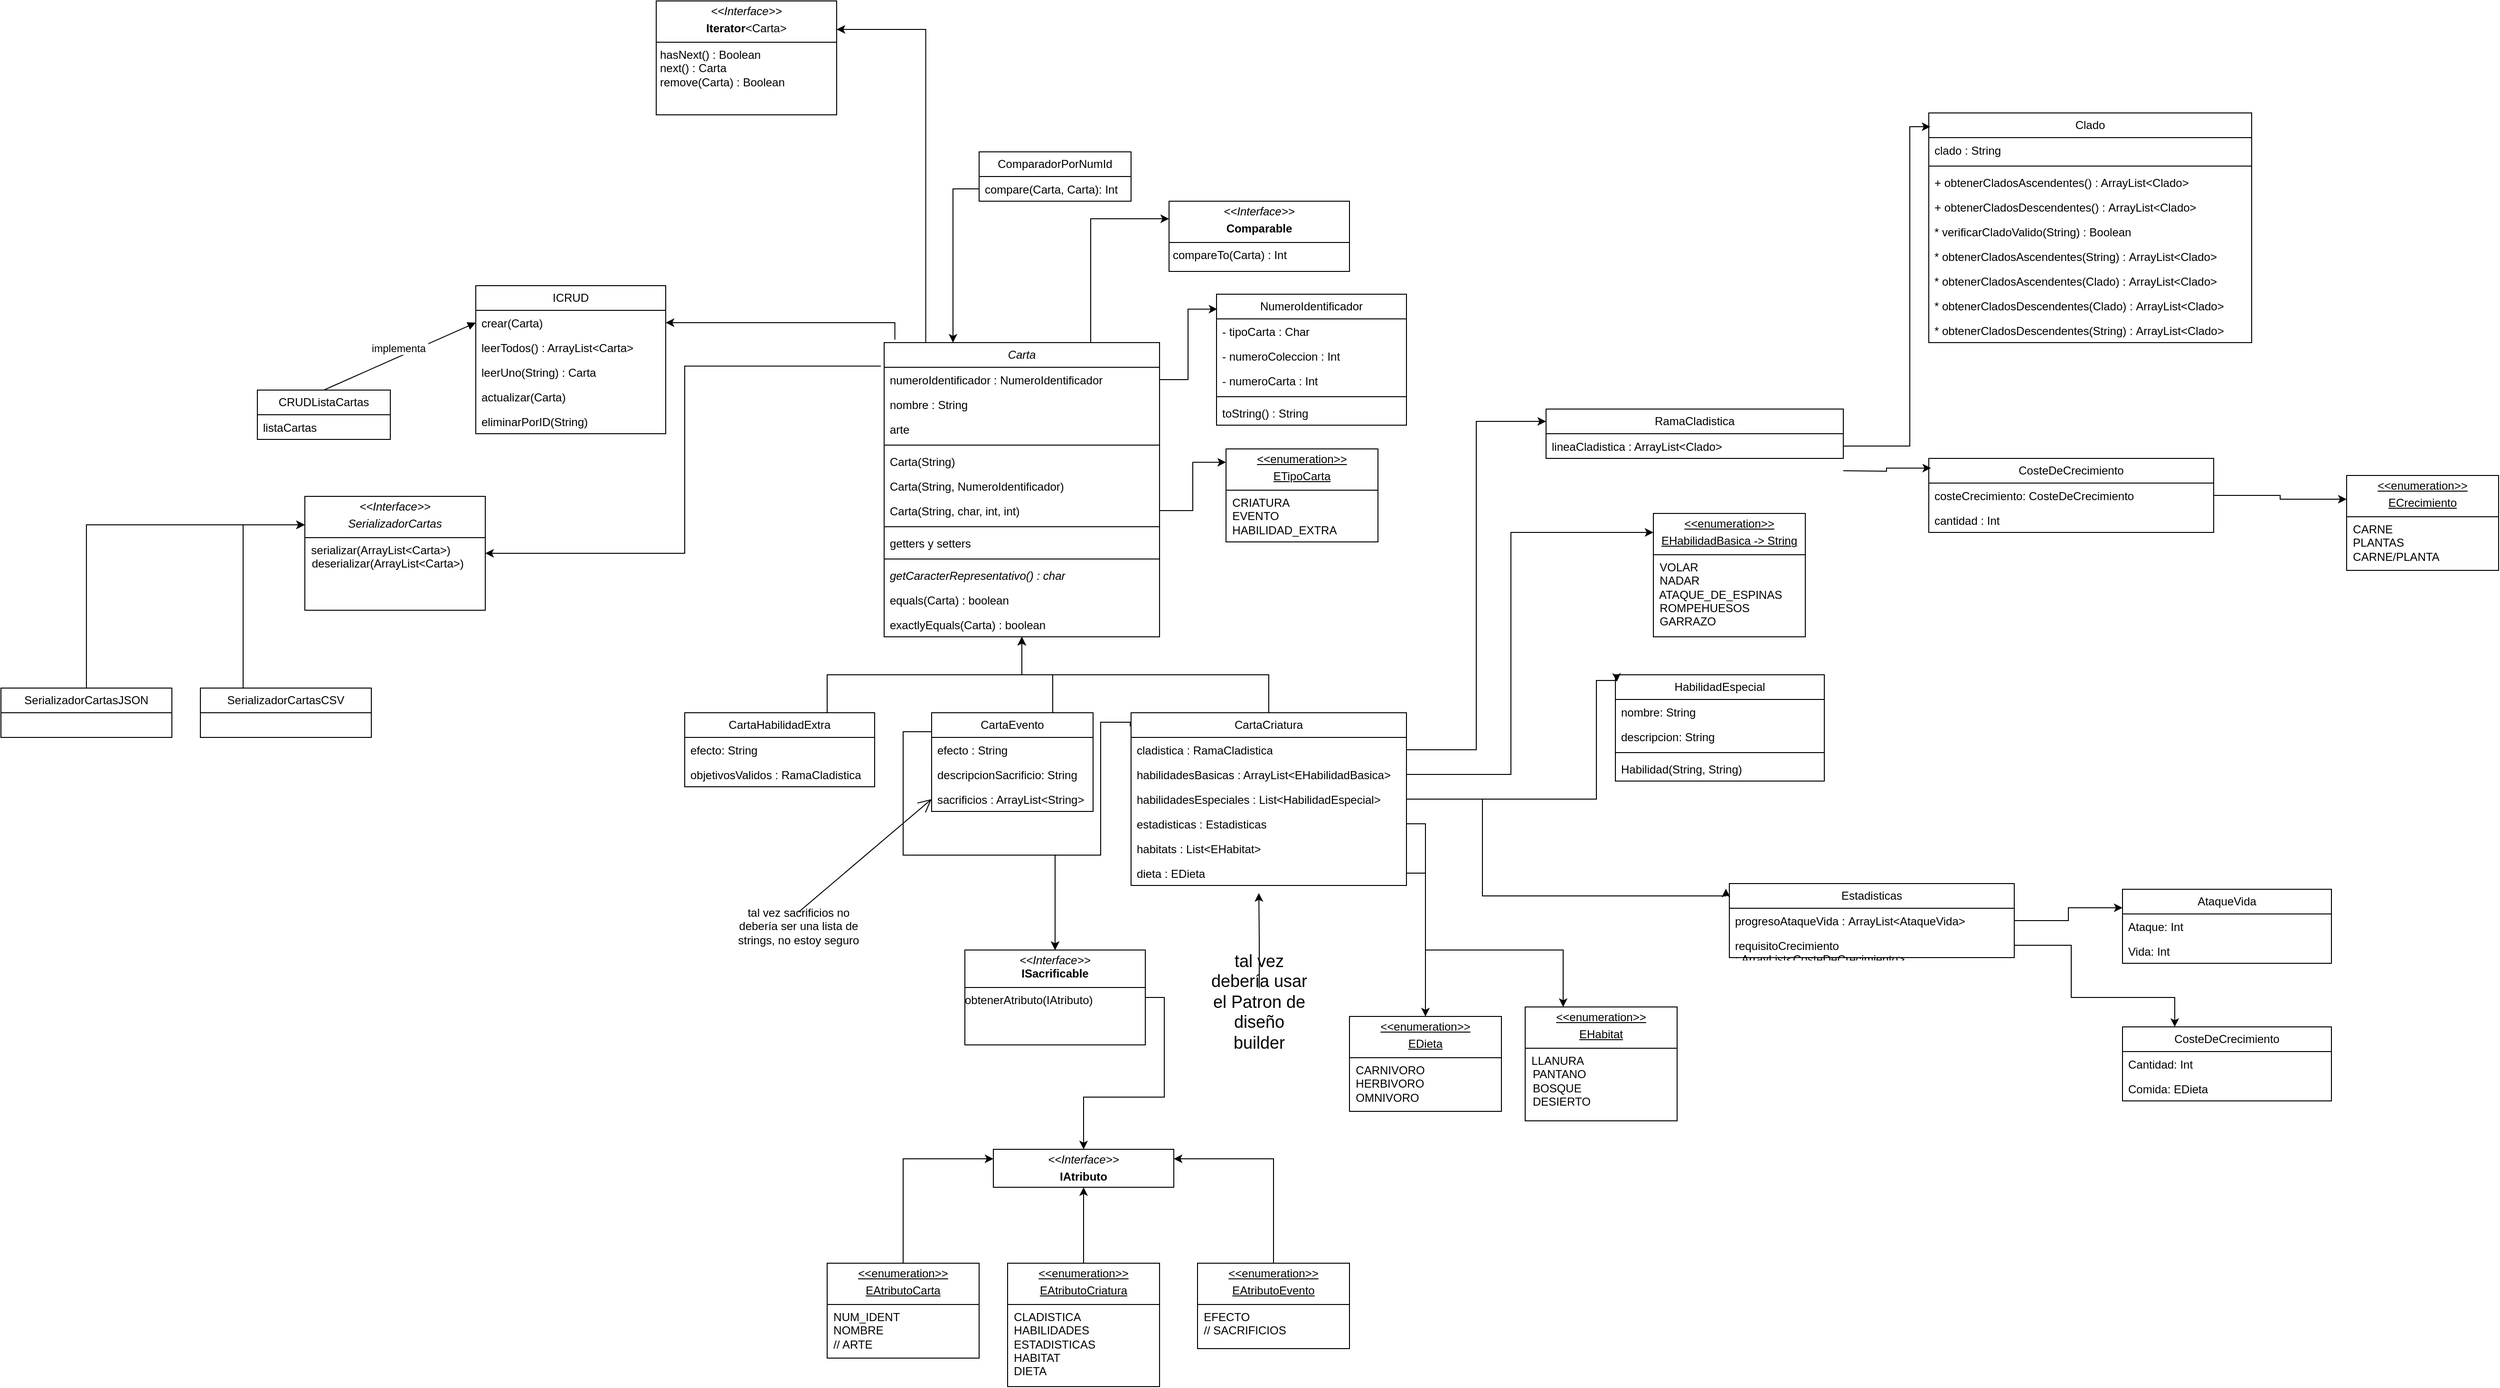
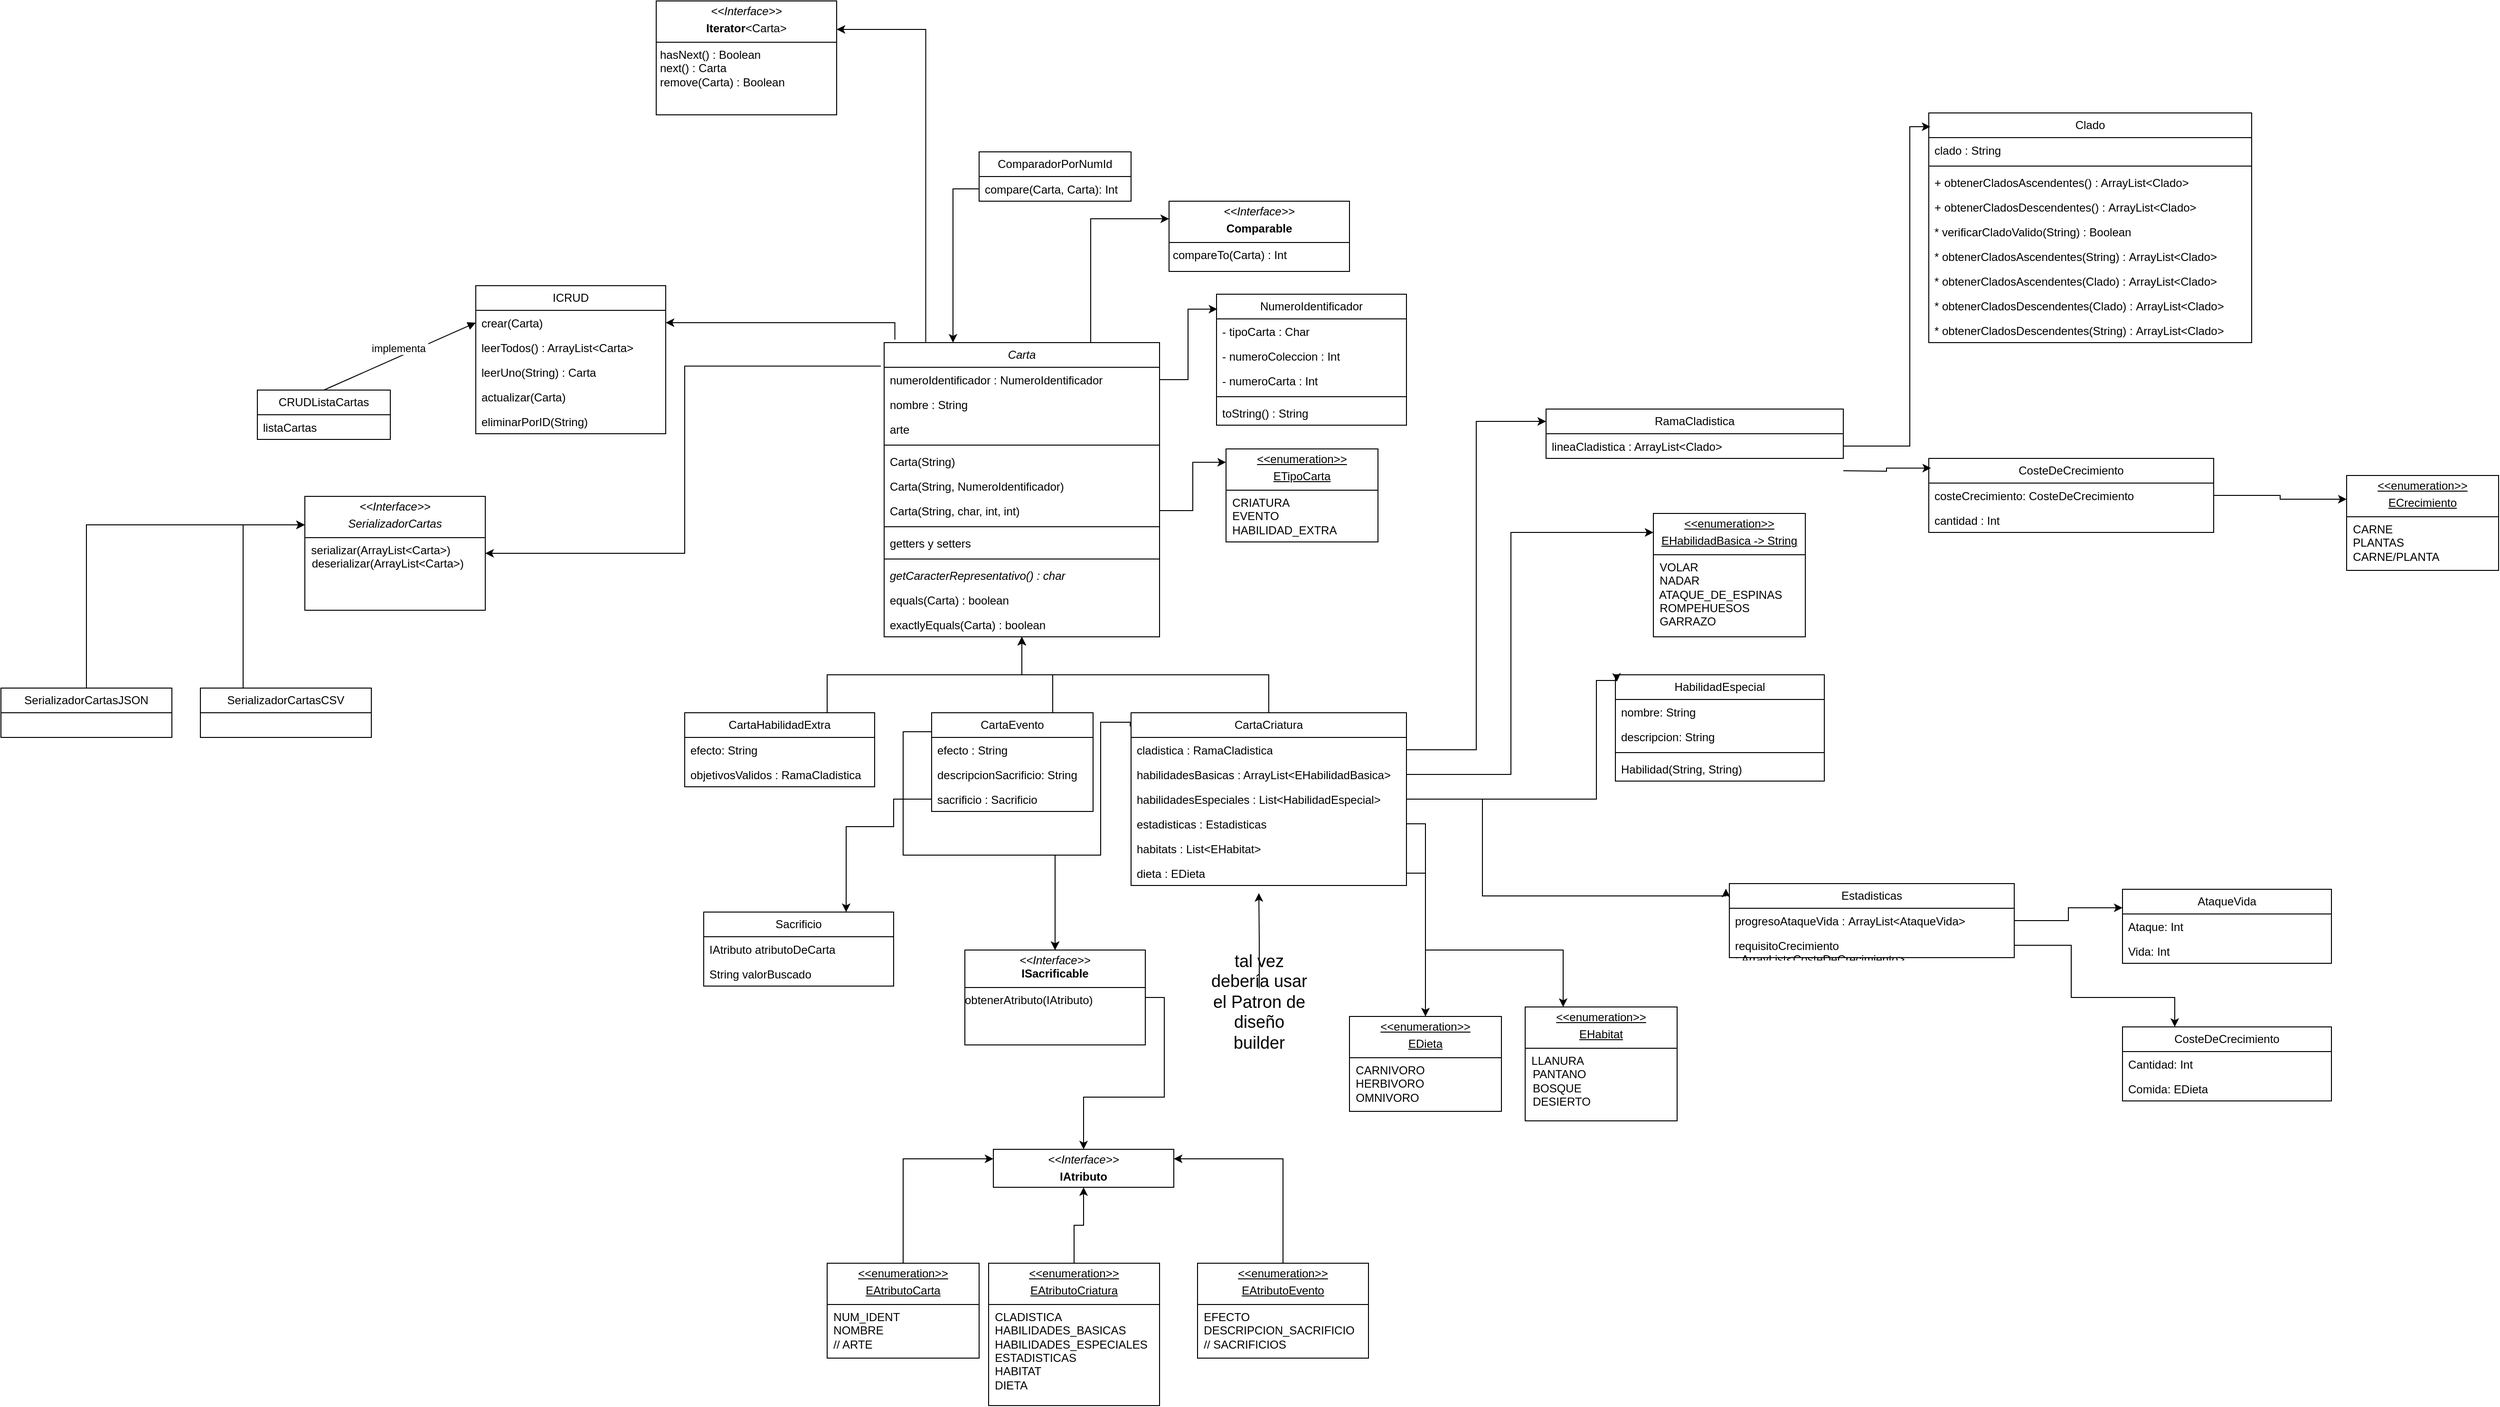
<mxfile host="app.diagrams.net">
  <diagram name="Página-1" id="geaT0oGOfXDvCWJheJxn">
-     <mxGraphModel dx="1771" dy="1716" grid="1" gridSize="10" guides="1" tooltips="1" connect="1" arrows="1" fold="1" page="1" pageScale="1" pageWidth="827" pageHeight="1169" math="0" shadow="0">
+     <mxGraphModel dx="1604" dy="1870" grid="1" gridSize="10" guides="1" tooltips="1" connect="1" arrows="1" fold="1" page="1" pageScale="1" pageWidth="827" pageHeight="1169" math="0" shadow="0">
      <root>
        <mxCell id="0" />
        <mxCell id="1" parent="0" />
        <mxCell id="ztRqXh9QMSYz5HsI2ydq-127" edge="1" parent="1" source="ztRqXh9QMSYz5HsI2ydq-27" style="edgeStyle=orthogonalEdgeStyle;rounded=0;orthogonalLoop=1;jettySize=auto;html=1;exitX=0.75;exitY=0;exitDx=0;exitDy=0;entryX=0;entryY=0.25;entryDx=0;entryDy=0;" target="ztRqXh9QMSYz5HsI2ydq-126">
          <mxGeometry relative="1" as="geometry" />
        </mxCell>
        <mxCell id="ztRqXh9QMSYz5HsI2ydq-150" edge="1" parent="1" source="ztRqXh9QMSYz5HsI2ydq-27" style="edgeStyle=orthogonalEdgeStyle;rounded=0;orthogonalLoop=1;jettySize=auto;html=1;exitX=0.039;exitY=-0.01;exitDx=0;exitDy=0;entryX=1;entryY=0.5;entryDx=0;entryDy=0;exitPerimeter=0;" target="ztRqXh9QMSYz5HsI2ydq-64">
          <mxGeometry relative="1" as="geometry" />
        </mxCell>
        <mxCell id="ztRqXh9QMSYz5HsI2ydq-206" edge="1" parent="1" source="ztRqXh9QMSYz5HsI2ydq-27" style="edgeStyle=orthogonalEdgeStyle;rounded=0;orthogonalLoop=1;jettySize=auto;html=1;exitX=0.151;exitY=-0.002;exitDx=0;exitDy=0;entryX=1;entryY=0.25;entryDx=0;entryDy=0;exitPerimeter=0;" target="ztRqXh9QMSYz5HsI2ydq-151">
          <mxGeometry relative="1" as="geometry" />
        </mxCell>
        <mxCell id="ztRqXh9QMSYz5HsI2ydq-27" parent="1" style="swimlane;fontStyle=0;childLayout=stackLayout;horizontal=1;startSize=26;fillColor=none;horizontalStack=0;resizeParent=1;resizeParentMax=0;resizeLast=0;collapsible=1;marginBottom=0;whiteSpace=wrap;html=1;" value="&lt;i&gt;Carta&lt;/i&gt;" vertex="1">
          <mxGeometry height="310" width="290" x="130" y="-40" as="geometry" />
        </mxCell>
        <mxCell id="ztRqXh9QMSYz5HsI2ydq-28" parent="ztRqXh9QMSYz5HsI2ydq-27" style="text;strokeColor=none;fillColor=none;align=left;verticalAlign=top;spacingLeft=4;spacingRight=4;overflow=hidden;rotatable=0;points=[[0,0.5],[1,0.5]];portConstraint=eastwest;whiteSpace=wrap;html=1;" value="numeroIdentificador : NumeroIdentificador" vertex="1">
          <mxGeometry height="26" width="290" y="26" as="geometry" />
        </mxCell>
        <mxCell id="ztRqXh9QMSYz5HsI2ydq-29" parent="ztRqXh9QMSYz5HsI2ydq-27" style="text;strokeColor=none;fillColor=none;align=left;verticalAlign=top;spacingLeft=4;spacingRight=4;overflow=hidden;rotatable=0;points=[[0,0.5],[1,0.5]];portConstraint=eastwest;whiteSpace=wrap;html=1;" value="nombre : String" vertex="1">
          <mxGeometry height="26" width="290" y="52" as="geometry" />
        </mxCell>
        <mxCell id="ztRqXh9QMSYz5HsI2ydq-30" parent="ztRqXh9QMSYz5HsI2ydq-27" style="text;strokeColor=none;fillColor=none;align=left;verticalAlign=top;spacingLeft=4;spacingRight=4;overflow=hidden;rotatable=0;points=[[0,0.5],[1,0.5]];portConstraint=eastwest;whiteSpace=wrap;html=1;" value="arte" vertex="1">
          <mxGeometry height="26" width="290" y="78" as="geometry" />
        </mxCell>
        <mxCell id="ztRqXh9QMSYz5HsI2ydq-55" parent="ztRqXh9QMSYz5HsI2ydq-27" style="line;strokeWidth=1;fillColor=none;align=left;verticalAlign=middle;spacingTop=-1;spacingLeft=3;spacingRight=3;rotatable=0;labelPosition=right;points=[];portConstraint=eastwest;strokeColor=inherit;" value="" vertex="1">
          <mxGeometry height="8" width="290" y="104" as="geometry" />
        </mxCell>
        <mxCell id="FIz6w-dM2gr2KbdZYfNN-15" parent="ztRqXh9QMSYz5HsI2ydq-27" style="text;strokeColor=none;fillColor=none;align=left;verticalAlign=top;spacingLeft=4;spacingRight=4;overflow=hidden;rotatable=0;points=[[0,0.5],[1,0.5]];portConstraint=eastwest;whiteSpace=wrap;html=1;" value="Carta(String)" vertex="1">
          <mxGeometry height="26" width="290" y="112" as="geometry" />
        </mxCell>
        <mxCell id="FIz6w-dM2gr2KbdZYfNN-14" parent="ztRqXh9QMSYz5HsI2ydq-27" style="text;strokeColor=none;fillColor=none;align=left;verticalAlign=top;spacingLeft=4;spacingRight=4;overflow=hidden;rotatable=0;points=[[0,0.5],[1,0.5]];portConstraint=eastwest;whiteSpace=wrap;html=1;" value="Carta(String, NumeroIdentificador)" vertex="1">
          <mxGeometry height="26" width="290" y="138" as="geometry" />
        </mxCell>
        <mxCell id="FIz6w-dM2gr2KbdZYfNN-11" parent="ztRqXh9QMSYz5HsI2ydq-27" style="text;strokeColor=none;fillColor=none;align=left;verticalAlign=top;spacingLeft=4;spacingRight=4;overflow=hidden;rotatable=0;points=[[0,0.5],[1,0.5]];portConstraint=eastwest;whiteSpace=wrap;html=1;" value="Carta(String, char, int, int)" vertex="1">
          <mxGeometry height="26" width="290" y="164" as="geometry" />
        </mxCell>
        <mxCell id="FIz6w-dM2gr2KbdZYfNN-10" parent="ztRqXh9QMSYz5HsI2ydq-27" style="line;strokeWidth=1;fillColor=none;align=left;verticalAlign=middle;spacingTop=-1;spacingLeft=3;spacingRight=3;rotatable=0;labelPosition=right;points=[];portConstraint=eastwest;strokeColor=inherit;" value="" vertex="1">
          <mxGeometry height="8" width="290" y="190" as="geometry" />
        </mxCell>
        <mxCell id="ztRqXh9QMSYz5HsI2ydq-54" parent="ztRqXh9QMSYz5HsI2ydq-27" style="text;strokeColor=none;fillColor=none;align=left;verticalAlign=top;spacingLeft=4;spacingRight=4;overflow=hidden;rotatable=0;points=[[0,0.5],[1,0.5]];portConstraint=eastwest;whiteSpace=wrap;html=1;" value="getters y setters" vertex="1">
          <mxGeometry height="26" width="290" y="198" as="geometry" />
        </mxCell>
        <mxCell id="ztRqXh9QMSYz5HsI2ydq-51" parent="ztRqXh9QMSYz5HsI2ydq-27" style="line;strokeWidth=1;fillColor=none;align=left;verticalAlign=middle;spacingTop=-1;spacingLeft=3;spacingRight=3;rotatable=0;labelPosition=right;points=[];portConstraint=eastwest;strokeColor=inherit;" value="" vertex="1">
          <mxGeometry height="8" width="290" y="224" as="geometry" />
        </mxCell>
        <mxCell id="ztRqXh9QMSYz5HsI2ydq-47" parent="ztRqXh9QMSYz5HsI2ydq-27" style="text;strokeColor=none;fillColor=none;align=left;verticalAlign=top;spacingLeft=4;spacingRight=4;overflow=hidden;rotatable=0;points=[[0,0.5],[1,0.5]];portConstraint=eastwest;whiteSpace=wrap;html=1;" value="&lt;i&gt;getCaracterRepresentativo() : char&lt;/i&gt;" vertex="1">
          <mxGeometry height="26" width="290" y="232" as="geometry" />
        </mxCell>
        <mxCell id="ztRqXh9QMSYz5HsI2ydq-56" parent="ztRqXh9QMSYz5HsI2ydq-27" style="text;strokeColor=none;fillColor=none;align=left;verticalAlign=top;spacingLeft=4;spacingRight=4;overflow=hidden;rotatable=0;points=[[0,0.5],[1,0.5]];portConstraint=eastwest;whiteSpace=wrap;html=1;" value="equals(Carta) : boolean" vertex="1">
          <mxGeometry height="26" width="290" y="258" as="geometry" />
        </mxCell>
        <mxCell id="ztRqXh9QMSYz5HsI2ydq-57" parent="ztRqXh9QMSYz5HsI2ydq-27" style="text;strokeColor=none;fillColor=none;align=left;verticalAlign=top;spacingLeft=4;spacingRight=4;overflow=hidden;rotatable=0;points=[[0,0.5],[1,0.5]];portConstraint=eastwest;whiteSpace=wrap;html=1;" value="exactlyEquals(Carta) : boolean" vertex="1">
          <mxGeometry height="26" width="290" y="284" as="geometry" />
        </mxCell>
        <mxCell id="ztRqXh9QMSYz5HsI2ydq-77" edge="1" parent="1" source="ztRqXh9QMSYz5HsI2ydq-31" style="edgeStyle=orthogonalEdgeStyle;rounded=0;orthogonalLoop=1;jettySize=auto;html=1;exitX=0.5;exitY=0;exitDx=0;exitDy=0;entryX=0.5;entryY=1;entryDx=0;entryDy=0;" target="ztRqXh9QMSYz5HsI2ydq-27">
          <mxGeometry relative="1" as="geometry" />
        </mxCell>
        <mxCell id="ztRqXh9QMSYz5HsI2ydq-145" edge="1" parent="1" source="ztRqXh9QMSYz5HsI2ydq-31" style="edgeStyle=orthogonalEdgeStyle;rounded=0;orthogonalLoop=1;jettySize=auto;html=1;exitX=-0.003;exitY=0.079;exitDx=0;exitDy=0;entryX=0.5;entryY=0;entryDx=0;entryDy=0;exitPerimeter=0;" target="ztRqXh9QMSYz5HsI2ydq-106">
          <mxGeometry relative="1" as="geometry">
            <Array as="points">
              <mxPoint x="389" y="360" />
              <mxPoint x="358" y="360" />
              <mxPoint x="358" y="500" />
              <mxPoint x="310" y="500" />
            </Array>
          </mxGeometry>
        </mxCell>
        <mxCell id="ztRqXh9QMSYz5HsI2ydq-31" parent="1" style="swimlane;fontStyle=0;childLayout=stackLayout;horizontal=1;startSize=26;fillColor=none;horizontalStack=0;resizeParent=1;resizeParentMax=0;resizeLast=0;collapsible=1;marginBottom=0;whiteSpace=wrap;html=1;" value="CartaCriatura" vertex="1">
          <mxGeometry height="182" width="290" x="390" y="350" as="geometry" />
        </mxCell>
        <mxCell id="ztRqXh9QMSYz5HsI2ydq-33" parent="ztRqXh9QMSYz5HsI2ydq-31" style="text;strokeColor=none;fillColor=none;align=left;verticalAlign=top;spacingLeft=4;spacingRight=4;overflow=hidden;rotatable=0;points=[[0,0.5],[1,0.5]];portConstraint=eastwest;whiteSpace=wrap;html=1;" value="cladistica : RamaCladistica" vertex="1">
          <mxGeometry height="26" width="290" y="26" as="geometry" />
        </mxCell>
        <mxCell id="xTcpp14yxPT-Zoyrnf4q-10" parent="ztRqXh9QMSYz5HsI2ydq-31" style="text;strokeColor=none;fillColor=none;align=left;verticalAlign=top;spacingLeft=4;spacingRight=4;overflow=hidden;rotatable=0;points=[[0,0.5],[1,0.5]];portConstraint=eastwest;whiteSpace=wrap;html=1;" value="habilidadesBasicas : ArrayList&amp;lt;EHabilidadBasica&amp;gt;" vertex="1">
          <mxGeometry height="26" width="290" y="52" as="geometry" />
        </mxCell>
        <mxCell id="ztRqXh9QMSYz5HsI2ydq-34" parent="ztRqXh9QMSYz5HsI2ydq-31" style="text;strokeColor=none;fillColor=none;align=left;verticalAlign=top;spacingLeft=4;spacingRight=4;overflow=hidden;rotatable=0;points=[[0,0.5],[1,0.5]];portConstraint=eastwest;whiteSpace=wrap;html=1;" value="habilidadesEspeciales : List&amp;lt;HabilidadEspecial&amp;gt;" vertex="1">
          <mxGeometry height="26" width="290" y="78" as="geometry" />
        </mxCell>
        <mxCell id="ztRqXh9QMSYz5HsI2ydq-35" parent="ztRqXh9QMSYz5HsI2ydq-31" style="text;strokeColor=none;fillColor=none;align=left;verticalAlign=top;spacingLeft=4;spacingRight=4;overflow=hidden;rotatable=0;points=[[0,0.5],[1,0.5]];portConstraint=eastwest;whiteSpace=wrap;html=1;" value="estadisticas : Estadisticas" vertex="1">
          <mxGeometry height="26" width="290" y="104" as="geometry" />
        </mxCell>
        <mxCell id="ztRqXh9QMSYz5HsI2ydq-36" parent="ztRqXh9QMSYz5HsI2ydq-31" style="text;strokeColor=none;fillColor=none;align=left;verticalAlign=top;spacingLeft=4;spacingRight=4;overflow=hidden;rotatable=0;points=[[0,0.5],[1,0.5]];portConstraint=eastwest;whiteSpace=wrap;html=1;" value="habitats : List&amp;lt;EHabitat&amp;gt;" vertex="1">
          <mxGeometry height="26" width="290" y="130" as="geometry" />
        </mxCell>
        <mxCell id="ztRqXh9QMSYz5HsI2ydq-37" parent="ztRqXh9QMSYz5HsI2ydq-31" style="text;strokeColor=none;fillColor=none;align=left;verticalAlign=top;spacingLeft=4;spacingRight=4;overflow=hidden;rotatable=0;points=[[0,0.5],[1,0.5]];portConstraint=eastwest;whiteSpace=wrap;html=1;" value="dieta : EDieta" vertex="1">
          <mxGeometry height="26" width="290" y="156" as="geometry" />
        </mxCell>
        <mxCell id="ztRqXh9QMSYz5HsI2ydq-76" edge="1" parent="1" source="ztRqXh9QMSYz5HsI2ydq-39" style="edgeStyle=orthogonalEdgeStyle;rounded=0;orthogonalLoop=1;jettySize=auto;html=1;exitX=0.75;exitY=0;exitDx=0;exitDy=0;entryX=0.5;entryY=1;entryDx=0;entryDy=0;" target="ztRqXh9QMSYz5HsI2ydq-27">
          <mxGeometry relative="1" as="geometry" />
        </mxCell>
        <mxCell id="ztRqXh9QMSYz5HsI2ydq-39" parent="1" style="swimlane;fontStyle=0;childLayout=stackLayout;horizontal=1;startSize=26;fillColor=none;horizontalStack=0;resizeParent=1;resizeParentMax=0;resizeLast=0;collapsible=1;marginBottom=0;whiteSpace=wrap;html=1;" value="CartaEvento" vertex="1">
          <mxGeometry height="104" width="170" x="180" y="350" as="geometry" />
        </mxCell>
        <mxCell id="ztRqXh9QMSYz5HsI2ydq-40" parent="ztRqXh9QMSYz5HsI2ydq-39" style="text;strokeColor=none;fillColor=none;align=left;verticalAlign=top;spacingLeft=4;spacingRight=4;overflow=hidden;rotatable=0;points=[[0,0.5],[1,0.5]];portConstraint=eastwest;whiteSpace=wrap;html=1;" value="&lt;div&gt;efecto : String&lt;/div&gt;" vertex="1">
          <mxGeometry height="26" width="170" y="26" as="geometry" />
        </mxCell>
        <mxCell id="ztRqXh9QMSYz5HsI2ydq-146" parent="ztRqXh9QMSYz5HsI2ydq-39" style="text;strokeColor=none;fillColor=none;align=left;verticalAlign=top;spacingLeft=4;spacingRight=4;overflow=hidden;rotatable=0;points=[[0,0.5],[1,0.5]];portConstraint=eastwest;whiteSpace=wrap;html=1;" value="descripcionSacrificio: String" vertex="1">
          <mxGeometry height="26" width="170" y="52" as="geometry" />
        </mxCell>
-         <mxCell id="ztRqXh9QMSYz5HsI2ydq-82" parent="ztRqXh9QMSYz5HsI2ydq-39" style="text;strokeColor=none;fillColor=none;align=left;verticalAlign=top;spacingLeft=4;spacingRight=4;overflow=hidden;rotatable=0;points=[[0,0.5],[1,0.5]];portConstraint=eastwest;whiteSpace=wrap;html=1;" value="sacrificios : ArrayList&amp;lt;String&amp;gt;" vertex="1">
+         <mxCell id="ztRqXh9QMSYz5HsI2ydq-82" parent="ztRqXh9QMSYz5HsI2ydq-39" style="text;strokeColor=none;fillColor=none;align=left;verticalAlign=top;spacingLeft=4;spacingRight=4;overflow=hidden;rotatable=0;points=[[0,0.5],[1,0.5]];portConstraint=eastwest;whiteSpace=wrap;html=1;" value="sacrificio : Sacrificio" vertex="1">
          <mxGeometry height="26" width="170" y="78" as="geometry" />
        </mxCell>
        <mxCell id="ztRqXh9QMSYz5HsI2ydq-75" edge="1" parent="1" source="ztRqXh9QMSYz5HsI2ydq-43" style="edgeStyle=orthogonalEdgeStyle;rounded=0;orthogonalLoop=1;jettySize=auto;html=1;exitX=0.75;exitY=0;exitDx=0;exitDy=0;entryX=0.5;entryY=1;entryDx=0;entryDy=0;" target="ztRqXh9QMSYz5HsI2ydq-27">
          <mxGeometry relative="1" as="geometry">
            <mxPoint x="270" y="240" as="targetPoint" />
          </mxGeometry>
        </mxCell>
        <mxCell id="ztRqXh9QMSYz5HsI2ydq-144" edge="1" parent="1" source="ztRqXh9QMSYz5HsI2ydq-39" style="edgeStyle=orthogonalEdgeStyle;rounded=0;orthogonalLoop=1;jettySize=auto;html=1;entryX=0.5;entryY=0;entryDx=0;entryDy=0;exitX=0;exitY=0.25;exitDx=0;exitDy=0;" target="ztRqXh9QMSYz5HsI2ydq-106">
          <mxGeometry relative="1" as="geometry">
            <Array as="points">
              <mxPoint x="150" y="370" />
              <mxPoint x="150" y="500" />
              <mxPoint x="310" y="500" />
            </Array>
            <mxPoint x="180" y="370" as="sourcePoint" />
          </mxGeometry>
        </mxCell>
        <mxCell id="ztRqXh9QMSYz5HsI2ydq-43" parent="1" style="swimlane;fontStyle=0;childLayout=stackLayout;horizontal=1;startSize=26;fillColor=none;horizontalStack=0;resizeParent=1;resizeParentMax=0;resizeLast=0;collapsible=1;marginBottom=0;whiteSpace=wrap;html=1;" value="CartaHabilidadExtra" vertex="1">
          <mxGeometry height="78" width="200" x="-80" y="350" as="geometry" />
        </mxCell>
        <mxCell id="ztRqXh9QMSYz5HsI2ydq-44" parent="ztRqXh9QMSYz5HsI2ydq-43" style="text;strokeColor=none;fillColor=none;align=left;verticalAlign=top;spacingLeft=4;spacingRight=4;overflow=hidden;rotatable=0;points=[[0,0.5],[1,0.5]];portConstraint=eastwest;whiteSpace=wrap;html=1;" value="efecto: String" vertex="1">
          <mxGeometry height="26" width="200" y="26" as="geometry" />
        </mxCell>
        <mxCell id="ztRqXh9QMSYz5HsI2ydq-45" parent="ztRqXh9QMSYz5HsI2ydq-43" style="text;strokeColor=none;fillColor=none;align=left;verticalAlign=top;spacingLeft=4;spacingRight=4;overflow=hidden;rotatable=0;points=[[0,0.5],[1,0.5]];portConstraint=eastwest;whiteSpace=wrap;html=1;" value="objetivosValidos : RamaCladistica" vertex="1">
          <mxGeometry height="26" width="200" y="52" as="geometry" />
        </mxCell>
        <mxCell id="ztRqXh9QMSYz5HsI2ydq-58" parent="1" style="swimlane;fontStyle=0;childLayout=stackLayout;horizontal=1;startSize=26;fillColor=none;horizontalStack=0;resizeParent=1;resizeParentMax=0;resizeLast=0;collapsible=1;marginBottom=0;whiteSpace=wrap;html=1;" value="CRUDListaCartas" vertex="1">
          <mxGeometry height="52" width="140" x="-530" y="10" as="geometry" />
        </mxCell>
        <mxCell id="ztRqXh9QMSYz5HsI2ydq-59" parent="ztRqXh9QMSYz5HsI2ydq-58" style="text;strokeColor=none;fillColor=none;align=left;verticalAlign=top;spacingLeft=4;spacingRight=4;overflow=hidden;rotatable=0;points=[[0,0.5],[1,0.5]];portConstraint=eastwest;whiteSpace=wrap;html=1;" value="listaCartas" vertex="1">
          <mxGeometry height="26" width="140" y="26" as="geometry" />
        </mxCell>
        <mxCell id="ztRqXh9QMSYz5HsI2ydq-63" parent="1" style="swimlane;fontStyle=0;childLayout=stackLayout;horizontal=1;startSize=26;fillColor=none;horizontalStack=0;resizeParent=1;resizeParentMax=0;resizeLast=0;collapsible=1;marginBottom=0;whiteSpace=wrap;html=1;" value="ICRUD" vertex="1">
          <mxGeometry height="156" width="200" x="-300" y="-100" as="geometry" />
        </mxCell>
        <mxCell id="ztRqXh9QMSYz5HsI2ydq-64" parent="ztRqXh9QMSYz5HsI2ydq-63" style="text;strokeColor=none;fillColor=none;align=left;verticalAlign=top;spacingLeft=4;spacingRight=4;overflow=hidden;rotatable=0;points=[[0,0.5],[1,0.5]];portConstraint=eastwest;whiteSpace=wrap;html=1;" value="crear(Carta)" vertex="1">
          <mxGeometry height="26" width="200" y="26" as="geometry" />
        </mxCell>
        <mxCell id="ztRqXh9QMSYz5HsI2ydq-65" parent="ztRqXh9QMSYz5HsI2ydq-63" style="text;strokeColor=none;fillColor=none;align=left;verticalAlign=top;spacingLeft=4;spacingRight=4;overflow=hidden;rotatable=0;points=[[0,0.5],[1,0.5]];portConstraint=eastwest;whiteSpace=wrap;html=1;" value="leerTodos() : ArrayList&amp;lt;Carta&amp;gt;" vertex="1">
          <mxGeometry height="26" width="200" y="52" as="geometry" />
        </mxCell>
        <mxCell id="ztRqXh9QMSYz5HsI2ydq-149" parent="ztRqXh9QMSYz5HsI2ydq-63" style="text;strokeColor=none;fillColor=none;align=left;verticalAlign=top;spacingLeft=4;spacingRight=4;overflow=hidden;rotatable=0;points=[[0,0.5],[1,0.5]];portConstraint=eastwest;whiteSpace=wrap;html=1;" value="leerUno(String) : Carta" vertex="1">
          <mxGeometry height="26" width="200" y="78" as="geometry" />
        </mxCell>
        <mxCell id="ztRqXh9QMSYz5HsI2ydq-61" parent="ztRqXh9QMSYz5HsI2ydq-63" style="text;strokeColor=none;fillColor=none;align=left;verticalAlign=top;spacingLeft=4;spacingRight=4;overflow=hidden;rotatable=0;points=[[0,0.5],[1,0.5]];portConstraint=eastwest;whiteSpace=wrap;html=1;" value="actualizar(Carta)" vertex="1">
          <mxGeometry height="26" width="200" y="104" as="geometry" />
        </mxCell>
        <mxCell id="ztRqXh9QMSYz5HsI2ydq-66" parent="ztRqXh9QMSYz5HsI2ydq-63" style="text;strokeColor=none;fillColor=none;align=left;verticalAlign=top;spacingLeft=4;spacingRight=4;overflow=hidden;rotatable=0;points=[[0,0.5],[1,0.5]];portConstraint=eastwest;whiteSpace=wrap;html=1;" value="eliminarPorID(String)" vertex="1">
          <mxGeometry height="26" width="200" y="130" as="geometry" />
        </mxCell>
        <mxCell id="ztRqXh9QMSYz5HsI2ydq-67" edge="1" parent="1" source="ztRqXh9QMSYz5HsI2ydq-58" style="html=1;verticalAlign=bottom;endArrow=block;curved=0;rounded=0;exitX=0.5;exitY=0;exitDx=0;exitDy=0;entryX=0;entryY=0.25;entryDx=0;entryDy=0;" target="ztRqXh9QMSYz5HsI2ydq-63" value="implementa&amp;nbsp;">
          <mxGeometry relative="1" width="80" as="geometry">
            <mxPoint x="-380" y="-80" as="sourcePoint" />
            <mxPoint x="-300" y="-80" as="targetPoint" />
          </mxGeometry>
        </mxCell>
        <mxCell id="ztRqXh9QMSYz5HsI2ydq-94" parent="1" style="swimlane;fontStyle=0;childLayout=stackLayout;horizontal=1;startSize=26;fillColor=none;horizontalStack=0;resizeParent=1;resizeParentMax=0;resizeLast=0;collapsible=1;marginBottom=0;whiteSpace=wrap;html=1;" value="HabilidadEspecial" vertex="1">
          <mxGeometry height="112" width="220" x="900" y="310" as="geometry" />
        </mxCell>
        <mxCell id="xTcpp14yxPT-Zoyrnf4q-14" parent="ztRqXh9QMSYz5HsI2ydq-94" style="text;strokeColor=none;fillColor=none;align=left;verticalAlign=top;spacingLeft=4;spacingRight=4;overflow=hidden;rotatable=0;points=[[0,0.5],[1,0.5]];portConstraint=eastwest;whiteSpace=wrap;html=1;" value="nombre: String" vertex="1">
          <mxGeometry height="26" width="220" y="26" as="geometry" />
        </mxCell>
        <mxCell id="ztRqXh9QMSYz5HsI2ydq-95" parent="ztRqXh9QMSYz5HsI2ydq-94" style="text;strokeColor=none;fillColor=none;align=left;verticalAlign=top;spacingLeft=4;spacingRight=4;overflow=hidden;rotatable=0;points=[[0,0.5],[1,0.5]];portConstraint=eastwest;whiteSpace=wrap;html=1;" value="descripcion: String" vertex="1">
          <mxGeometry height="26" width="220" y="52" as="geometry" />
        </mxCell>
        <mxCell id="ztRqXh9QMSYz5HsI2ydq-98" parent="ztRqXh9QMSYz5HsI2ydq-94" style="line;strokeWidth=1;fillColor=none;align=left;verticalAlign=middle;spacingTop=-1;spacingLeft=3;spacingRight=3;rotatable=0;labelPosition=right;points=[];portConstraint=eastwest;strokeColor=inherit;" value="" vertex="1">
          <mxGeometry height="8" width="220" y="78" as="geometry" />
        </mxCell>
        <mxCell id="ztRqXh9QMSYz5HsI2ydq-96" parent="ztRqXh9QMSYz5HsI2ydq-94" style="text;strokeColor=none;fillColor=none;align=left;verticalAlign=top;spacingLeft=4;spacingRight=4;overflow=hidden;rotatable=0;points=[[0,0.5],[1,0.5]];portConstraint=eastwest;whiteSpace=wrap;html=1;" value="Habilidad(String, String)" vertex="1">
          <mxGeometry height="26" width="220" y="86" as="geometry" />
        </mxCell>
        <mxCell id="ztRqXh9QMSYz5HsI2ydq-143" edge="1" parent="1" source="ztRqXh9QMSYz5HsI2ydq-106" style="edgeStyle=orthogonalEdgeStyle;rounded=0;orthogonalLoop=1;jettySize=auto;html=1;exitX=1;exitY=0.5;exitDx=0;exitDy=0;entryX=0.5;entryY=0;entryDx=0;entryDy=0;" target="ztRqXh9QMSYz5HsI2ydq-136">
          <mxGeometry relative="1" as="geometry" />
        </mxCell>
        <mxCell id="ztRqXh9QMSYz5HsI2ydq-106" parent="1" style="verticalAlign=top;align=left;overflow=fill;html=1;whiteSpace=wrap;" value="&lt;p style=&quot;margin:0px;margin-top:4px;text-align:center;&quot;&gt;&lt;i&gt;&amp;lt;&amp;lt;Interface&amp;gt;&amp;gt;&lt;/i&gt;&lt;br&gt;&lt;b&gt;ISacrificable&lt;/b&gt;&lt;/p&gt;&lt;hr size=&quot;1&quot; style=&quot;border-style:solid;&quot;&gt;obtenerAtributo(IAtributo)" vertex="1">
          <mxGeometry height="100" width="190" x="215" y="600" as="geometry" />
        </mxCell>
        <mxCell id="ztRqXh9QMSYz5HsI2ydq-119" parent="1" style="verticalAlign=top;align=left;overflow=fill;html=1;whiteSpace=wrap;" value="&lt;p style=&quot;margin: 4px 0px 0px; text-align: center; text-decoration: underline;&quot;&gt;&amp;lt;&amp;lt;enumeration&amp;gt;&amp;gt;&lt;/p&gt;&lt;p style=&quot;margin: 4px 0px 0px; text-align: center; text-decoration: underline;&quot;&gt;EHabitat&lt;/p&gt;&lt;hr size=&quot;1&quot; style=&quot;border-style:solid;&quot;&gt;&amp;nbsp; LLANURA&lt;p style=&quot;margin:0px;margin-left:8px;&quot;&gt;PANTANO&lt;/p&gt;&lt;p style=&quot;margin:0px;margin-left:8px;&quot;&gt;BOSQUE&lt;/p&gt;&lt;p style=&quot;margin:0px;margin-left:8px;&quot;&gt;DESIERTO&lt;/p&gt;" vertex="1">
          <mxGeometry height="120" width="160" x="805" y="660" as="geometry" />
        </mxCell>
        <mxCell id="ztRqXh9QMSYz5HsI2ydq-121" parent="1" style="verticalAlign=top;align=left;overflow=fill;html=1;whiteSpace=wrap;" value="&lt;p style=&quot;margin: 4px 0px 0px; text-align: center; text-decoration: underline;&quot;&gt;&amp;lt;&amp;lt;enumeration&amp;gt;&amp;gt;&lt;/p&gt;&lt;p style=&quot;margin: 4px 0px 0px; text-align: center; text-decoration: underline;&quot;&gt;EDieta&lt;/p&gt;&lt;hr size=&quot;1&quot; style=&quot;border-style:solid;&quot;&gt;&lt;div&gt;&amp;nbsp; CARNIVORO&lt;/div&gt;&lt;div&gt;&amp;nbsp; HERBIVORO&lt;/div&gt;&lt;div&gt;&amp;nbsp; OMNIVORO&lt;/div&gt;" vertex="1">
          <mxGeometry height="100" width="160" x="620" y="670" as="geometry" />
        </mxCell>
        <mxCell id="ztRqXh9QMSYz5HsI2ydq-123" edge="1" parent="1" source="ztRqXh9QMSYz5HsI2ydq-34" style="edgeStyle=orthogonalEdgeStyle;rounded=0;orthogonalLoop=1;jettySize=auto;html=1;exitX=1;exitY=0.5;exitDx=0;exitDy=0;entryX=0.007;entryY=0.065;entryDx=0;entryDy=0;entryPerimeter=0;" target="ztRqXh9QMSYz5HsI2ydq-94">
          <mxGeometry relative="1" as="geometry">
            <Array as="points">
              <mxPoint x="880" y="441" />
              <mxPoint x="880" y="316" />
            </Array>
          </mxGeometry>
        </mxCell>
        <mxCell id="ztRqXh9QMSYz5HsI2ydq-124" parent="1" style="verticalAlign=top;align=left;overflow=fill;html=1;whiteSpace=wrap;" value="&lt;p style=&quot;margin: 4px 0px 0px; text-align: center; text-decoration: underline;&quot;&gt;&amp;lt;&amp;lt;enumeration&amp;gt;&amp;gt;&lt;/p&gt;&lt;p style=&quot;margin: 4px 0px 0px; text-align: center; text-decoration: underline;&quot;&gt;EHabilidadBasica -&amp;gt; String&lt;/p&gt;&lt;hr size=&quot;1&quot; style=&quot;border-style:solid;&quot;&gt;&lt;div&gt;&amp;nbsp; VOLAR&lt;/div&gt;&lt;div&gt;&amp;nbsp; NADAR&lt;/div&gt;&lt;div&gt;&amp;nbsp; ATAQUE_DE_ESPINAS&lt;/div&gt;&lt;div&gt;&amp;nbsp; ROMPEHUESOS&lt;/div&gt;&lt;div&gt;&amp;nbsp; GARRAZO&lt;/div&gt;" vertex="1">
          <mxGeometry height="130" width="160" x="940" y="140" as="geometry" />
        </mxCell>
        <mxCell id="ztRqXh9QMSYz5HsI2ydq-126" parent="1" style="verticalAlign=top;align=left;overflow=fill;html=1;whiteSpace=wrap;" value="&lt;p style=&quot;margin:0px;margin-top:4px;text-align:center;&quot;&gt;&lt;i&gt;&amp;lt;&amp;lt;Interface&amp;gt;&amp;gt;&lt;/i&gt;&lt;/p&gt;&lt;p style=&quot;margin:0px;margin-top:4px;text-align:center;&quot;&gt;&lt;b&gt;Comparable&lt;/b&gt;&lt;/p&gt;&lt;hr size=&quot;1&quot; style=&quot;border-style:solid;&quot;&gt;&lt;p style=&quot;margin:0px;margin-left:4px;&quot;&gt;compareTo(Carta) : Int&lt;/p&gt;&lt;p style=&quot;margin:0px;margin-left:4px;&quot;&gt;&lt;br&gt;&lt;/p&gt;" vertex="1">
          <mxGeometry height="74" width="190" x="430" y="-189" as="geometry" />
        </mxCell>
        <mxCell id="ztRqXh9QMSYz5HsI2ydq-128" parent="1" style="swimlane;fontStyle=0;childLayout=stackLayout;horizontal=1;startSize=26;fillColor=none;horizontalStack=0;resizeParent=1;resizeParentMax=0;resizeLast=0;collapsible=1;marginBottom=0;whiteSpace=wrap;html=1;" value="ComparadorPorNumId" vertex="1">
          <mxGeometry height="52" width="160" x="230" y="-241" as="geometry" />
        </mxCell>
        <mxCell id="ztRqXh9QMSYz5HsI2ydq-129" parent="ztRqXh9QMSYz5HsI2ydq-128" style="text;strokeColor=none;fillColor=none;align=left;verticalAlign=top;spacingLeft=4;spacingRight=4;overflow=hidden;rotatable=0;points=[[0,0.5],[1,0.5]];portConstraint=eastwest;whiteSpace=wrap;html=1;" value="compare(Carta, Carta): Int" vertex="1">
          <mxGeometry height="26" width="160" y="26" as="geometry" />
        </mxCell>
        <mxCell id="ztRqXh9QMSYz5HsI2ydq-134" edge="1" parent="1" source="ztRqXh9QMSYz5HsI2ydq-129" style="edgeStyle=orthogonalEdgeStyle;rounded=0;orthogonalLoop=1;jettySize=auto;html=1;exitX=0;exitY=0.5;exitDx=0;exitDy=0;entryX=0.25;entryY=0;entryDx=0;entryDy=0;" target="ztRqXh9QMSYz5HsI2ydq-27">
          <mxGeometry relative="1" as="geometry" />
        </mxCell>
        <mxCell id="ztRqXh9QMSYz5HsI2ydq-136" parent="1" style="verticalAlign=top;align=left;overflow=fill;html=1;whiteSpace=wrap;" value="&lt;p style=&quot;margin:0px;margin-top:4px;text-align:center;&quot;&gt;&lt;i&gt;&amp;lt;&amp;lt;Interface&amp;gt;&amp;gt;&lt;/i&gt;&lt;b&gt;&lt;br&gt;&lt;/b&gt;&lt;/p&gt;&lt;p style=&quot;margin:0px;margin-top:4px;text-align:center;&quot;&gt;&lt;b&gt;IAtributo&lt;/b&gt;&lt;/p&gt;" vertex="1">
          <mxGeometry height="40" width="190" x="245" y="810" as="geometry" />
        </mxCell>
        <mxCell id="ztRqXh9QMSYz5HsI2ydq-140" edge="1" parent="1" source="ztRqXh9QMSYz5HsI2ydq-137" style="edgeStyle=orthogonalEdgeStyle;rounded=0;orthogonalLoop=1;jettySize=auto;html=1;exitX=0.5;exitY=0;exitDx=0;exitDy=0;entryX=0;entryY=0.25;entryDx=0;entryDy=0;" target="ztRqXh9QMSYz5HsI2ydq-136">
          <mxGeometry relative="1" as="geometry" />
        </mxCell>
        <mxCell id="ztRqXh9QMSYz5HsI2ydq-137" parent="1" style="verticalAlign=top;align=left;overflow=fill;html=1;whiteSpace=wrap;" value="&lt;p style=&quot;margin: 4px 0px 0px; text-align: center; text-decoration: underline;&quot;&gt;&amp;lt;&amp;lt;enumeration&amp;gt;&amp;gt;&lt;/p&gt;&lt;p style=&quot;margin: 4px 0px 0px; text-align: center; text-decoration: underline;&quot;&gt;EAtributoCarta&lt;/p&gt;&lt;hr size=&quot;1&quot; style=&quot;border-style:solid;&quot;&gt;&lt;div&gt;&amp;nbsp; NUM_IDENT&lt;/div&gt;&lt;div&gt;&amp;nbsp; NOMBRE&lt;/div&gt;&lt;div&gt;&amp;nbsp; // ARTE&lt;/div&gt;" vertex="1">
          <mxGeometry height="100" width="160" x="70" y="930" as="geometry" />
        </mxCell>
        <mxCell id="ztRqXh9QMSYz5HsI2ydq-141" edge="1" parent="1" source="ztRqXh9QMSYz5HsI2ydq-138" style="edgeStyle=orthogonalEdgeStyle;rounded=0;orthogonalLoop=1;jettySize=auto;html=1;exitX=0.5;exitY=0;exitDx=0;exitDy=0;entryX=0.5;entryY=1;entryDx=0;entryDy=0;" target="ztRqXh9QMSYz5HsI2ydq-136">
          <mxGeometry relative="1" as="geometry" />
        </mxCell>
-         <mxCell id="ztRqXh9QMSYz5HsI2ydq-138" parent="1" style="verticalAlign=top;align=left;overflow=fill;html=1;whiteSpace=wrap;" value="&lt;p style=&quot;margin: 4px 0px 0px; text-align: center; text-decoration: underline;&quot;&gt;&amp;lt;&amp;lt;enumeration&amp;gt;&amp;gt;&lt;/p&gt;&lt;p style=&quot;margin: 4px 0px 0px; text-align: center; text-decoration: underline;&quot;&gt;EAtributoCriatura&lt;/p&gt;&lt;hr size=&quot;1&quot; style=&quot;border-style:solid;&quot;&gt;&lt;div&gt;&amp;nbsp; CLADISTICA&lt;/div&gt;&lt;div&gt;&amp;nbsp; HABILIDADES&lt;/div&gt;&lt;div&gt;&amp;nbsp; ESTADISTICAS&lt;/div&gt;&lt;div&gt;&amp;nbsp; HABITAT&lt;/div&gt;&lt;div&gt;&amp;nbsp; DIETA&lt;/div&gt;" vertex="1">
-           <mxGeometry height="130" width="160" x="260" y="930" as="geometry" />
+         <mxCell id="ztRqXh9QMSYz5HsI2ydq-138" parent="1" style="verticalAlign=top;align=left;overflow=fill;html=1;whiteSpace=wrap;" value="&lt;p style=&quot;margin: 4px 0px 0px; text-align: center; text-decoration: underline;&quot;&gt;&amp;lt;&amp;lt;enumeration&amp;gt;&amp;gt;&lt;/p&gt;&lt;p style=&quot;margin: 4px 0px 0px; text-align: center; text-decoration: underline;&quot;&gt;EAtributoCriatura&lt;/p&gt;&lt;hr size=&quot;1&quot; style=&quot;border-style:solid;&quot;&gt;&lt;div&gt;&amp;nbsp; CLADISTICA&lt;/div&gt;&lt;div&gt;&amp;nbsp; HABILIDADES_BASICAS&lt;/div&gt;&lt;div&gt;&amp;nbsp; HABILIDADES_ESPECIALES&lt;/div&gt;&lt;div&gt;&amp;nbsp; ESTADISTICAS&lt;/div&gt;&lt;div&gt;&amp;nbsp; HABITAT&lt;/div&gt;&lt;div&gt;&amp;nbsp; DIETA&lt;/div&gt;" vertex="1">
+           <mxGeometry height="150" width="180" x="240" y="930" as="geometry" />
        </mxCell>
        <mxCell id="ztRqXh9QMSYz5HsI2ydq-142" edge="1" parent="1" source="ztRqXh9QMSYz5HsI2ydq-139" style="edgeStyle=orthogonalEdgeStyle;rounded=0;orthogonalLoop=1;jettySize=auto;html=1;exitX=0.5;exitY=0;exitDx=0;exitDy=0;entryX=1;entryY=0.25;entryDx=0;entryDy=0;" target="ztRqXh9QMSYz5HsI2ydq-136">
          <mxGeometry relative="1" as="geometry" />
        </mxCell>
-         <mxCell id="ztRqXh9QMSYz5HsI2ydq-139" parent="1" style="verticalAlign=top;align=left;overflow=fill;html=1;whiteSpace=wrap;" value="&lt;p style=&quot;margin: 4px 0px 0px; text-align: center; text-decoration: underline;&quot;&gt;&amp;lt;&amp;lt;enumeration&amp;gt;&amp;gt;&lt;/p&gt;&lt;p style=&quot;margin: 4px 0px 0px; text-align: center; text-decoration: underline;&quot;&gt;EAtributoEvento&lt;/p&gt;&lt;hr size=&quot;1&quot; style=&quot;border-style:solid;&quot;&gt;&lt;div&gt;&amp;nbsp; EFECTO&lt;/div&gt;&lt;div&gt;&amp;nbsp; // SACRIFICIOS&lt;/div&gt;" vertex="1">
-           <mxGeometry height="90" width="160" x="460" y="930" as="geometry" />
-         </mxCell>
-         <mxCell id="ztRqXh9QMSYz5HsI2ydq-147" parent="1" style="text;html=1;whiteSpace=wrap;strokeColor=none;fillColor=none;align=center;verticalAlign=middle;rounded=0;" value="tal vez sacrificios no debería ser una lista de strings, no estoy seguro" vertex="1">
-           <mxGeometry height="30" width="140" x="-30" y="560" as="geometry" />
-         </mxCell>
-         <mxCell id="ztRqXh9QMSYz5HsI2ydq-148" edge="1" parent="1" source="ztRqXh9QMSYz5HsI2ydq-147" style="endArrow=open;endFill=1;endSize=12;html=1;rounded=0;entryX=0;entryY=0.5;entryDx=0;entryDy=0;exitX=0.5;exitY=0;exitDx=0;exitDy=0;" target="ztRqXh9QMSYz5HsI2ydq-82" value="">
-           <mxGeometry relative="1" width="160" as="geometry">
-             <mxPoint x="-50" y="500" as="sourcePoint" />
-             <mxPoint x="110" y="500" as="targetPoint" />
-           </mxGeometry>
+         <mxCell id="ztRqXh9QMSYz5HsI2ydq-139" parent="1" style="verticalAlign=top;align=left;overflow=fill;html=1;whiteSpace=wrap;" value="&lt;p style=&quot;margin: 4px 0px 0px; text-align: center; text-decoration: underline;&quot;&gt;&amp;lt;&amp;lt;enumeration&amp;gt;&amp;gt;&lt;/p&gt;&lt;p style=&quot;margin: 4px 0px 0px; text-align: center; text-decoration: underline;&quot;&gt;EAtributoEvento&lt;/p&gt;&lt;hr size=&quot;1&quot; style=&quot;border-style:solid;&quot;&gt;&lt;div&gt;&amp;nbsp; EFECTO&lt;/div&gt;&lt;div&gt;&amp;nbsp; DESCRIPCION_SACRIFICIO&lt;/div&gt;&lt;div&gt;&amp;nbsp; // SACRIFICIOS&lt;/div&gt;" vertex="1">
+           <mxGeometry height="100" width="180" x="460" y="930" as="geometry" />
        </mxCell>
        <mxCell id="ztRqXh9QMSYz5HsI2ydq-151" parent="1" style="verticalAlign=top;align=left;overflow=fill;html=1;whiteSpace=wrap;" value="&lt;p style=&quot;margin:0px;margin-top:4px;text-align:center;&quot;&gt;&lt;i&gt;&amp;lt;&amp;lt;Interface&amp;gt;&amp;gt;&lt;/i&gt;&lt;/p&gt;&lt;p style=&quot;margin:0px;margin-top:4px;text-align:center;&quot;&gt;&lt;b&gt;Iterator&lt;/b&gt;&amp;lt;Carta&amp;gt;&lt;/p&gt;&lt;hr size=&quot;1&quot; style=&quot;border-style:solid;&quot;&gt;&lt;p style=&quot;margin:0px;margin-left:4px;&quot;&gt;hasNext() : Boolean&lt;/p&gt;&lt;p style=&quot;margin:0px;margin-left:4px;&quot;&gt;next() : Carta&lt;/p&gt;&lt;p style=&quot;margin:0px;margin-left:4px;&quot;&gt;remove(Carta) : Boolean&lt;/p&gt;&lt;p style=&quot;margin:0px;margin-left:4px;&quot;&gt;&lt;br&gt;&lt;/p&gt;" vertex="1">
          <mxGeometry height="120" width="190" x="-110" y="-400" as="geometry" />
        </mxCell>
        <mxCell id="ztRqXh9QMSYz5HsI2ydq-152" parent="1" style="swimlane;fontStyle=0;childLayout=stackLayout;horizontal=1;startSize=26;fillColor=none;horizontalStack=0;resizeParent=1;resizeParentMax=0;resizeLast=0;collapsible=1;marginBottom=0;whiteSpace=wrap;html=1;" value="Estadisticas" vertex="1">
          <mxGeometry height="78" width="300" x="1020" y="530" as="geometry" />
        </mxCell>
        <mxCell id="ztRqXh9QMSYz5HsI2ydq-153" parent="ztRqXh9QMSYz5HsI2ydq-152" style="text;strokeColor=none;fillColor=none;align=left;verticalAlign=top;spacingLeft=4;spacingRight=4;overflow=hidden;rotatable=0;points=[[0,0.5],[1,0.5]];portConstraint=eastwest;whiteSpace=wrap;html=1;" value="progresoAtaqueVida :&amp;nbsp;ArrayList&amp;lt;AtaqueVida&amp;gt;" vertex="1">
          <mxGeometry height="26" width="300" y="26" as="geometry" />
        </mxCell>
        <mxCell id="ztRqXh9QMSYz5HsI2ydq-154" parent="ztRqXh9QMSYz5HsI2ydq-152" style="text;strokeColor=none;fillColor=none;align=left;verticalAlign=top;spacingLeft=4;spacingRight=4;overflow=hidden;rotatable=0;points=[[0,0.5],[1,0.5]];portConstraint=eastwest;whiteSpace=wrap;html=1;" value="requisitoCrecimiento :&amp;nbsp;ArrayList&amp;lt;CosteDeCrecimiento&amp;gt;" vertex="1">
          <mxGeometry height="26" width="300" y="52" as="geometry" />
        </mxCell>
        <mxCell id="ztRqXh9QMSYz5HsI2ydq-160" edge="1" parent="1" source="ztRqXh9QMSYz5HsI2ydq-36" style="edgeStyle=orthogonalEdgeStyle;rounded=0;orthogonalLoop=1;jettySize=auto;html=1;exitX=1;exitY=0.5;exitDx=0;exitDy=0;entryX=0.25;entryY=0;entryDx=0;entryDy=0;" target="ztRqXh9QMSYz5HsI2ydq-119">
          <mxGeometry relative="1" as="geometry">
            <Array as="points">
              <mxPoint x="700" y="467" />
              <mxPoint x="700" y="600" />
              <mxPoint x="845" y="600" />
            </Array>
          </mxGeometry>
        </mxCell>
        <mxCell id="ztRqXh9QMSYz5HsI2ydq-161" edge="1" parent="1" source="ztRqXh9QMSYz5HsI2ydq-37" style="edgeStyle=orthogonalEdgeStyle;rounded=0;orthogonalLoop=1;jettySize=auto;html=1;exitX=1;exitY=0.5;exitDx=0;exitDy=0;entryX=0.5;entryY=0;entryDx=0;entryDy=0;" target="ztRqXh9QMSYz5HsI2ydq-121">
          <mxGeometry relative="1" as="geometry" />
        </mxCell>
        <mxCell id="ztRqXh9QMSYz5HsI2ydq-164" edge="1" parent="1" source="ztRqXh9QMSYz5HsI2ydq-35" style="edgeStyle=orthogonalEdgeStyle;rounded=0;orthogonalLoop=1;jettySize=auto;html=1;exitX=1;exitY=0.5;exitDx=0;exitDy=0;entryX=-0.012;entryY=0.069;entryDx=0;entryDy=0;entryPerimeter=0;" target="ztRqXh9QMSYz5HsI2ydq-152">
          <mxGeometry relative="1" as="geometry">
            <Array as="points">
              <mxPoint x="760" y="441" />
              <mxPoint x="760" y="543" />
            </Array>
          </mxGeometry>
        </mxCell>
        <mxCell id="ztRqXh9QMSYz5HsI2ydq-165" parent="1" style="swimlane;fontStyle=0;childLayout=stackLayout;horizontal=1;startSize=26;fillColor=none;horizontalStack=0;resizeParent=1;resizeParentMax=0;resizeLast=0;collapsible=1;marginBottom=0;whiteSpace=wrap;html=1;" value="AtaqueVida" vertex="1">
          <mxGeometry height="78" width="220" x="1434" y="536" as="geometry" />
        </mxCell>
        <mxCell id="ztRqXh9QMSYz5HsI2ydq-166" parent="ztRqXh9QMSYz5HsI2ydq-165" style="text;strokeColor=none;fillColor=none;align=left;verticalAlign=top;spacingLeft=4;spacingRight=4;overflow=hidden;rotatable=0;points=[[0,0.5],[1,0.5]];portConstraint=eastwest;whiteSpace=wrap;html=1;" value="Ataque: Int" vertex="1">
          <mxGeometry height="26" width="220" y="26" as="geometry" />
        </mxCell>
        <mxCell id="ztRqXh9QMSYz5HsI2ydq-167" parent="ztRqXh9QMSYz5HsI2ydq-165" style="text;strokeColor=none;fillColor=none;align=left;verticalAlign=top;spacingLeft=4;spacingRight=4;overflow=hidden;rotatable=0;points=[[0,0.5],[1,0.5]];portConstraint=eastwest;whiteSpace=wrap;html=1;" value="Vida: Int" vertex="1">
          <mxGeometry height="26" width="220" y="52" as="geometry" />
        </mxCell>
        <mxCell id="ztRqXh9QMSYz5HsI2ydq-173" parent="1" style="swimlane;fontStyle=0;childLayout=stackLayout;horizontal=1;startSize=26;fillColor=none;horizontalStack=0;resizeParent=1;resizeParentMax=0;resizeLast=0;collapsible=1;marginBottom=0;whiteSpace=wrap;html=1;" value="CosteDeCrecimiento" vertex="1">
          <mxGeometry height="78" width="220" x="1434" y="681" as="geometry" />
        </mxCell>
        <mxCell id="ztRqXh9QMSYz5HsI2ydq-174" parent="ztRqXh9QMSYz5HsI2ydq-173" style="text;strokeColor=none;fillColor=none;align=left;verticalAlign=top;spacingLeft=4;spacingRight=4;overflow=hidden;rotatable=0;points=[[0,0.5],[1,0.5]];portConstraint=eastwest;whiteSpace=wrap;html=1;" value="Cantidad: Int" vertex="1">
          <mxGeometry height="26" width="220" y="26" as="geometry" />
        </mxCell>
        <mxCell id="ztRqXh9QMSYz5HsI2ydq-175" parent="ztRqXh9QMSYz5HsI2ydq-173" style="text;strokeColor=none;fillColor=none;align=left;verticalAlign=top;spacingLeft=4;spacingRight=4;overflow=hidden;rotatable=0;points=[[0,0.5],[1,0.5]];portConstraint=eastwest;whiteSpace=wrap;html=1;" value="Comida: EDieta" vertex="1">
          <mxGeometry height="26" width="220" y="52" as="geometry" />
        </mxCell>
        <mxCell id="ztRqXh9QMSYz5HsI2ydq-181" edge="1" parent="1" source="ztRqXh9QMSYz5HsI2ydq-153" style="edgeStyle=orthogonalEdgeStyle;rounded=0;orthogonalLoop=1;jettySize=auto;html=1;exitX=1;exitY=0.5;exitDx=0;exitDy=0;entryX=0;entryY=0.25;entryDx=0;entryDy=0;" target="ztRqXh9QMSYz5HsI2ydq-165">
          <mxGeometry relative="1" as="geometry" />
        </mxCell>
        <mxCell id="ztRqXh9QMSYz5HsI2ydq-182" edge="1" parent="1" source="ztRqXh9QMSYz5HsI2ydq-154" style="edgeStyle=orthogonalEdgeStyle;rounded=0;orthogonalLoop=1;jettySize=auto;html=1;exitX=1;exitY=0.5;exitDx=0;exitDy=0;entryX=0.25;entryY=0;entryDx=0;entryDy=0;" target="ztRqXh9QMSYz5HsI2ydq-173">
          <mxGeometry relative="1" as="geometry">
            <Array as="points">
              <mxPoint x="1380" y="595" />
              <mxPoint x="1380" y="650" />
              <mxPoint x="1489" y="650" />
            </Array>
          </mxGeometry>
        </mxCell>
        <mxCell id="ztRqXh9QMSYz5HsI2ydq-183" parent="1" style="swimlane;fontStyle=0;childLayout=stackLayout;horizontal=1;startSize=26;fillColor=none;horizontalStack=0;resizeParent=1;resizeParentMax=0;resizeLast=0;collapsible=1;marginBottom=0;whiteSpace=wrap;html=1;" value="RamaCladistica" vertex="1">
          <mxGeometry height="52" width="313" x="827" y="30" as="geometry" />
        </mxCell>
        <mxCell id="ztRqXh9QMSYz5HsI2ydq-184" parent="ztRqXh9QMSYz5HsI2ydq-183" style="text;strokeColor=none;fillColor=none;align=left;verticalAlign=top;spacingLeft=4;spacingRight=4;overflow=hidden;rotatable=0;points=[[0,0.5],[1,0.5]];portConstraint=eastwest;whiteSpace=wrap;html=1;" value="lineaCladistica : ArrayList&amp;lt;Clado&amp;gt;" vertex="1">
          <mxGeometry height="26" width="313" y="26" as="geometry" />
        </mxCell>
        <mxCell id="ztRqXh9QMSYz5HsI2ydq-186" edge="1" parent="1" source="ztRqXh9QMSYz5HsI2ydq-33" style="edgeStyle=orthogonalEdgeStyle;rounded=0;orthogonalLoop=1;jettySize=auto;html=1;exitX=1;exitY=0.5;exitDx=0;exitDy=0;entryX=0;entryY=0.25;entryDx=0;entryDy=0;" target="ztRqXh9QMSYz5HsI2ydq-183">
          <mxGeometry relative="1" as="geometry" />
        </mxCell>
        <mxCell id="ztRqXh9QMSYz5HsI2ydq-187" parent="1" style="swimlane;fontStyle=0;childLayout=stackLayout;horizontal=1;startSize=26;fillColor=none;horizontalStack=0;resizeParent=1;resizeParentMax=0;resizeLast=0;collapsible=1;marginBottom=0;whiteSpace=wrap;html=1;" value="Clado" vertex="1">
          <mxGeometry height="242" width="340" x="1230" y="-282" as="geometry" />
        </mxCell>
        <mxCell id="ztRqXh9QMSYz5HsI2ydq-188" parent="ztRqXh9QMSYz5HsI2ydq-187" style="text;strokeColor=none;fillColor=none;align=left;verticalAlign=top;spacingLeft=4;spacingRight=4;overflow=hidden;rotatable=0;points=[[0,0.5],[1,0.5]];portConstraint=eastwest;whiteSpace=wrap;html=1;" value="clado : String" vertex="1">
          <mxGeometry height="26" width="340" y="26" as="geometry" />
        </mxCell>
        <mxCell id="ztRqXh9QMSYz5HsI2ydq-192" parent="ztRqXh9QMSYz5HsI2ydq-187" style="line;strokeWidth=1;fillColor=none;align=left;verticalAlign=middle;spacingTop=-1;spacingLeft=3;spacingRight=3;rotatable=0;labelPosition=right;points=[];portConstraint=eastwest;strokeColor=inherit;" value="" vertex="1">
          <mxGeometry height="8" width="340" y="52" as="geometry" />
        </mxCell>
        <mxCell id="ztRqXh9QMSYz5HsI2ydq-196" parent="ztRqXh9QMSYz5HsI2ydq-187" style="text;strokeColor=none;fillColor=none;align=left;verticalAlign=top;spacingLeft=4;spacingRight=4;overflow=hidden;rotatable=0;points=[[0,0.5],[1,0.5]];portConstraint=eastwest;whiteSpace=wrap;html=1;" value="+ obtenerCladosAscendentes() : ArrayList&amp;lt;Clado&amp;gt;" vertex="1">
          <mxGeometry height="26" width="340" y="60" as="geometry" />
        </mxCell>
        <mxCell id="ztRqXh9QMSYz5HsI2ydq-197" parent="ztRqXh9QMSYz5HsI2ydq-187" style="text;strokeColor=none;fillColor=none;align=left;verticalAlign=top;spacingLeft=4;spacingRight=4;overflow=hidden;rotatable=0;points=[[0,0.5],[1,0.5]];portConstraint=eastwest;whiteSpace=wrap;html=1;" value="+ obtenerCladosDescendentes() :&amp;nbsp;ArrayList&amp;lt;Clado&amp;gt;" vertex="1">
          <mxGeometry height="26" width="340" y="86" as="geometry" />
        </mxCell>
        <mxCell id="ztRqXh9QMSYz5HsI2ydq-191" parent="ztRqXh9QMSYz5HsI2ydq-187" style="text;strokeColor=none;fillColor=none;align=left;verticalAlign=top;spacingLeft=4;spacingRight=4;overflow=hidden;rotatable=0;points=[[0,0.5],[1,0.5]];portConstraint=eastwest;whiteSpace=wrap;html=1;" value="* verificarCladoValido(String) : Boolean" vertex="1">
          <mxGeometry height="26" width="340" y="112" as="geometry" />
        </mxCell>
        <mxCell id="ztRqXh9QMSYz5HsI2ydq-194" parent="ztRqXh9QMSYz5HsI2ydq-187" style="text;strokeColor=none;fillColor=none;align=left;verticalAlign=top;spacingLeft=4;spacingRight=4;overflow=hidden;rotatable=0;points=[[0,0.5],[1,0.5]];portConstraint=eastwest;whiteSpace=wrap;html=1;" value="* obtenerCladosAscendentes(String) :&amp;nbsp;ArrayList&amp;lt;Clado&amp;gt;" vertex="1">
          <mxGeometry height="26" width="340" y="138" as="geometry" />
        </mxCell>
        <mxCell id="ztRqXh9QMSYz5HsI2ydq-190" parent="ztRqXh9QMSYz5HsI2ydq-187" style="text;strokeColor=none;fillColor=none;align=left;verticalAlign=top;spacingLeft=4;spacingRight=4;overflow=hidden;rotatable=0;points=[[0,0.5],[1,0.5]];portConstraint=eastwest;whiteSpace=wrap;html=1;" value="* obtenerCladosAscendentes(Clado) :&amp;nbsp;ArrayList&amp;lt;Clado&amp;gt;" vertex="1">
          <mxGeometry height="26" width="340" y="164" as="geometry" />
        </mxCell>
        <mxCell id="ztRqXh9QMSYz5HsI2ydq-193" parent="ztRqXh9QMSYz5HsI2ydq-187" style="text;strokeColor=none;fillColor=none;align=left;verticalAlign=top;spacingLeft=4;spacingRight=4;overflow=hidden;rotatable=0;points=[[0,0.5],[1,0.5]];portConstraint=eastwest;whiteSpace=wrap;html=1;" value="* obtenerCladosDescendentes(Clado) :&amp;nbsp;ArrayList&amp;lt;Clado&amp;gt;" vertex="1">
          <mxGeometry height="26" width="340" y="190" as="geometry" />
        </mxCell>
        <mxCell id="ztRqXh9QMSYz5HsI2ydq-195" parent="ztRqXh9QMSYz5HsI2ydq-187" style="text;strokeColor=none;fillColor=none;align=left;verticalAlign=top;spacingLeft=4;spacingRight=4;overflow=hidden;rotatable=0;points=[[0,0.5],[1,0.5]];portConstraint=eastwest;whiteSpace=wrap;html=1;" value="* obtenerCladosDescendentes(String) :&amp;nbsp;ArrayList&amp;lt;Clado&amp;gt;" vertex="1">
          <mxGeometry height="26" width="340" y="216" as="geometry" />
        </mxCell>
        <mxCell id="ztRqXh9QMSYz5HsI2ydq-198" edge="1" parent="1" source="ztRqXh9QMSYz5HsI2ydq-184" style="edgeStyle=orthogonalEdgeStyle;rounded=0;orthogonalLoop=1;jettySize=auto;html=1;exitX=1;exitY=0.5;exitDx=0;exitDy=0;entryX=0.005;entryY=0.06;entryDx=0;entryDy=0;entryPerimeter=0;" target="ztRqXh9QMSYz5HsI2ydq-187">
          <mxGeometry relative="1" as="geometry">
            <Array as="points">
              <mxPoint x="1210" y="69" />
              <mxPoint x="1210" y="-267" />
            </Array>
          </mxGeometry>
        </mxCell>
        <mxCell id="ztRqXh9QMSYz5HsI2ydq-205" parent="1" style="verticalAlign=top;align=left;overflow=fill;html=1;whiteSpace=wrap;" value="&lt;p style=&quot;margin:0px;margin-top:4px;text-align:center;&quot;&gt;&lt;i&gt;&amp;lt;&amp;lt;Interface&amp;gt;&amp;gt;&lt;/i&gt;&lt;/p&gt;&lt;p style=&quot;margin:0px;margin-top:4px;text-align:center;&quot;&gt;&lt;i&gt;SerializadorCartas&lt;/i&gt;&lt;/p&gt;&lt;hr size=&quot;1&quot; style=&quot;border-style:solid;&quot;&gt;&amp;nbsp; serializar(ArrayList&amp;lt;Carta&amp;gt;)&lt;p style=&quot;margin:0px;margin-left:4px;&quot;&gt;&amp;nbsp;deserializar(ArrayList&amp;lt;Carta&amp;gt;)&lt;/p&gt;&lt;p style=&quot;margin:0px;margin-left:4px;&quot;&gt;&lt;br&gt;&lt;/p&gt;&lt;p style=&quot;margin:0px;margin-left:4px;&quot;&gt;&lt;br&gt;&lt;/p&gt;" vertex="1">
          <mxGeometry height="120" width="190" x="-480" y="122" as="geometry" />
        </mxCell>
        <mxCell id="ztRqXh9QMSYz5HsI2ydq-211" edge="1" parent="1" source="ztRqXh9QMSYz5HsI2ydq-207" style="edgeStyle=orthogonalEdgeStyle;rounded=0;orthogonalLoop=1;jettySize=auto;html=1;exitX=0.5;exitY=0;exitDx=0;exitDy=0;entryX=0;entryY=0.25;entryDx=0;entryDy=0;" target="ztRqXh9QMSYz5HsI2ydq-205">
          <mxGeometry relative="1" as="geometry" />
        </mxCell>
        <mxCell id="ztRqXh9QMSYz5HsI2ydq-207" parent="1" style="swimlane;fontStyle=0;childLayout=stackLayout;horizontal=1;startSize=26;fillColor=none;horizontalStack=0;resizeParent=1;resizeParentMax=0;resizeLast=0;collapsible=1;marginBottom=0;whiteSpace=wrap;html=1;" value="SerializadorCartasJSON" vertex="1">
          <mxGeometry height="52" width="180" x="-800" y="324" as="geometry" />
        </mxCell>
        <mxCell id="ztRqXh9QMSYz5HsI2ydq-216" edge="1" parent="1" source="ztRqXh9QMSYz5HsI2ydq-212" style="edgeStyle=orthogonalEdgeStyle;rounded=0;orthogonalLoop=1;jettySize=auto;html=1;exitX=0.25;exitY=0;exitDx=0;exitDy=0;entryX=0;entryY=0.25;entryDx=0;entryDy=0;" target="ztRqXh9QMSYz5HsI2ydq-205">
          <mxGeometry relative="1" as="geometry" />
        </mxCell>
        <mxCell id="ztRqXh9QMSYz5HsI2ydq-212" parent="1" style="swimlane;fontStyle=0;childLayout=stackLayout;horizontal=1;startSize=26;fillColor=none;horizontalStack=0;resizeParent=1;resizeParentMax=0;resizeLast=0;collapsible=1;marginBottom=0;whiteSpace=wrap;html=1;" value="SerializadorCartasCSV" vertex="1">
          <mxGeometry height="52" width="180" x="-590" y="324" as="geometry" />
        </mxCell>
        <mxCell id="FIz6w-dM2gr2KbdZYfNN-1" parent="1" style="swimlane;fontStyle=0;childLayout=stackLayout;horizontal=1;startSize=26;fillColor=none;horizontalStack=0;resizeParent=1;resizeParentMax=0;resizeLast=0;collapsible=1;marginBottom=0;whiteSpace=wrap;html=1;" value="NumeroIdentificador" vertex="1">
          <mxGeometry height="138" width="200" x="480" y="-91" as="geometry" />
        </mxCell>
        <mxCell id="FIz6w-dM2gr2KbdZYfNN-2" parent="FIz6w-dM2gr2KbdZYfNN-1" style="text;strokeColor=none;fillColor=none;align=left;verticalAlign=top;spacingLeft=4;spacingRight=4;overflow=hidden;rotatable=0;points=[[0,0.5],[1,0.5]];portConstraint=eastwest;whiteSpace=wrap;html=1;" value="- tipoCarta : Char" vertex="1">
          <mxGeometry height="26" width="200" y="26" as="geometry" />
        </mxCell>
        <mxCell id="FIz6w-dM2gr2KbdZYfNN-3" parent="FIz6w-dM2gr2KbdZYfNN-1" style="text;strokeColor=none;fillColor=none;align=left;verticalAlign=top;spacingLeft=4;spacingRight=4;overflow=hidden;rotatable=0;points=[[0,0.5],[1,0.5]];portConstraint=eastwest;whiteSpace=wrap;html=1;" value="- numeroColeccion : Int" vertex="1">
          <mxGeometry height="26" width="200" y="52" as="geometry" />
        </mxCell>
        <mxCell id="FIz6w-dM2gr2KbdZYfNN-4" parent="FIz6w-dM2gr2KbdZYfNN-1" style="text;strokeColor=none;fillColor=none;align=left;verticalAlign=top;spacingLeft=4;spacingRight=4;overflow=hidden;rotatable=0;points=[[0,0.5],[1,0.5]];portConstraint=eastwest;whiteSpace=wrap;html=1;" value="- numeroCarta : Int" vertex="1">
          <mxGeometry height="26" width="200" y="78" as="geometry" />
        </mxCell>
        <mxCell id="FIz6w-dM2gr2KbdZYfNN-5" parent="FIz6w-dM2gr2KbdZYfNN-1" style="line;strokeWidth=1;fillColor=none;align=left;verticalAlign=middle;spacingTop=-1;spacingLeft=3;spacingRight=3;rotatable=0;labelPosition=right;points=[];portConstraint=eastwest;strokeColor=inherit;" value="" vertex="1">
          <mxGeometry height="8" width="200" y="104" as="geometry" />
        </mxCell>
        <mxCell id="FIz6w-dM2gr2KbdZYfNN-6" parent="FIz6w-dM2gr2KbdZYfNN-1" style="text;strokeColor=none;fillColor=none;align=left;verticalAlign=top;spacingLeft=4;spacingRight=4;overflow=hidden;rotatable=0;points=[[0,0.5],[1,0.5]];portConstraint=eastwest;whiteSpace=wrap;html=1;" value="toString() : String" vertex="1">
          <mxGeometry height="26" width="200" y="112" as="geometry" />
        </mxCell>
        <mxCell id="FIz6w-dM2gr2KbdZYfNN-7" edge="1" parent="1" source="ztRqXh9QMSYz5HsI2ydq-28" style="edgeStyle=orthogonalEdgeStyle;rounded=0;orthogonalLoop=1;jettySize=auto;html=1;exitX=1;exitY=0.5;exitDx=0;exitDy=0;entryX=0.004;entryY=0.114;entryDx=0;entryDy=0;entryPerimeter=0;" target="FIz6w-dM2gr2KbdZYfNN-1">
          <mxGeometry relative="1" as="geometry" />
        </mxCell>
        <mxCell id="FIz6w-dM2gr2KbdZYfNN-9" edge="1" parent="1" source="ztRqXh9QMSYz5HsI2ydq-27" style="edgeStyle=orthogonalEdgeStyle;rounded=0;orthogonalLoop=1;jettySize=auto;html=1;exitX=-0.012;exitY=0.08;exitDx=0;exitDy=0;entryX=1;entryY=0.5;entryDx=0;entryDy=0;exitPerimeter=0;" target="ztRqXh9QMSYz5HsI2ydq-205">
          <mxGeometry relative="1" as="geometry" />
        </mxCell>
        <mxCell id="FIz6w-dM2gr2KbdZYfNN-12" parent="1" style="verticalAlign=top;align=left;overflow=fill;html=1;whiteSpace=wrap;" value="&lt;p style=&quot;margin: 4px 0px 0px; text-align: center; text-decoration: underline;&quot;&gt;&amp;lt;&amp;lt;enumeration&amp;gt;&amp;gt;&lt;/p&gt;&lt;p style=&quot;margin: 4px 0px 0px; text-align: center; text-decoration: underline;&quot;&gt;ETipoCarta&lt;/p&gt;&lt;hr size=&quot;1&quot; style=&quot;border-style:solid;&quot;&gt;&lt;div&gt;&amp;nbsp; CRIATURA&lt;/div&gt;&lt;div&gt;&amp;nbsp; EVENTO&lt;/div&gt;&lt;div&gt;&amp;nbsp; HABILIDAD_EXTRA&lt;/div&gt;" vertex="1">
          <mxGeometry height="98" width="160" x="490" y="72" as="geometry" />
        </mxCell>
        <mxCell id="FIz6w-dM2gr2KbdZYfNN-13" edge="1" parent="1" source="FIz6w-dM2gr2KbdZYfNN-11" style="edgeStyle=orthogonalEdgeStyle;rounded=0;orthogonalLoop=1;jettySize=auto;html=1;exitX=1;exitY=0.5;exitDx=0;exitDy=0;entryX=0;entryY=0.144;entryDx=0;entryDy=0;entryPerimeter=0;" target="FIz6w-dM2gr2KbdZYfNN-12">
          <mxGeometry relative="1" as="geometry" />
        </mxCell>
        <mxCell id="xTcpp14yxPT-Zoyrnf4q-3" parent="1" style="swimlane;fontStyle=0;childLayout=stackLayout;horizontal=1;startSize=26;fillColor=none;horizontalStack=0;resizeParent=1;resizeParentMax=0;resizeLast=0;collapsible=1;marginBottom=0;whiteSpace=wrap;html=1;" value="CosteDeCrecimiento" vertex="1">
          <mxGeometry height="78" width="300" x="1230" y="82" as="geometry" />
        </mxCell>
        <mxCell id="xTcpp14yxPT-Zoyrnf4q-5" parent="xTcpp14yxPT-Zoyrnf4q-3" style="text;strokeColor=none;fillColor=none;align=left;verticalAlign=top;spacingLeft=4;spacingRight=4;overflow=hidden;rotatable=0;points=[[0,0.5],[1,0.5]];portConstraint=eastwest;whiteSpace=wrap;html=1;" value="costeCrecimiento: CosteDeCrecimiento" vertex="1">
          <mxGeometry height="26" width="300" y="26" as="geometry" />
        </mxCell>
        <mxCell id="xTcpp14yxPT-Zoyrnf4q-9" parent="xTcpp14yxPT-Zoyrnf4q-3" style="text;strokeColor=none;fillColor=none;align=left;verticalAlign=top;spacingLeft=4;spacingRight=4;overflow=hidden;rotatable=0;points=[[0,0.5],[1,0.5]];portConstraint=eastwest;whiteSpace=wrap;html=1;" value="cantidad : Int" vertex="1">
          <mxGeometry height="26" width="300" y="52" as="geometry" />
        </mxCell>
        <mxCell id="xTcpp14yxPT-Zoyrnf4q-6" edge="1" parent="1" style="edgeStyle=orthogonalEdgeStyle;rounded=0;orthogonalLoop=1;jettySize=auto;html=1;exitX=1;exitY=0.5;exitDx=0;exitDy=0;entryX=0.008;entryY=0.131;entryDx=0;entryDy=0;entryPerimeter=0;" target="xTcpp14yxPT-Zoyrnf4q-3">
          <mxGeometry relative="1" as="geometry">
            <mxPoint x="1140" y="95" as="sourcePoint" />
          </mxGeometry>
        </mxCell>
        <mxCell id="xTcpp14yxPT-Zoyrnf4q-7" parent="1" style="verticalAlign=top;align=left;overflow=fill;html=1;whiteSpace=wrap;" value="&lt;p style=&quot;margin: 4px 0px 0px; text-align: center; text-decoration: underline;&quot;&gt;&amp;lt;&amp;lt;enumeration&amp;gt;&amp;gt;&lt;/p&gt;&lt;p style=&quot;margin: 4px 0px 0px; text-align: center; text-decoration: underline;&quot;&gt;ECrecimiento&lt;/p&gt;&lt;hr size=&quot;1&quot; style=&quot;border-style:solid;&quot;&gt;&lt;div&gt;&amp;nbsp; CARNE&lt;/div&gt;&lt;div&gt;&amp;nbsp; PLANTAS&lt;/div&gt;&lt;div&gt;&amp;nbsp; CARNE/PLANTA&lt;/div&gt;" vertex="1">
          <mxGeometry height="100" width="160" x="1670" y="100" as="geometry" />
        </mxCell>
        <mxCell id="xTcpp14yxPT-Zoyrnf4q-8" edge="1" parent="1" source="xTcpp14yxPT-Zoyrnf4q-5" style="edgeStyle=orthogonalEdgeStyle;rounded=0;orthogonalLoop=1;jettySize=auto;html=1;exitX=1;exitY=0.5;exitDx=0;exitDy=0;entryX=0;entryY=0.25;entryDx=0;entryDy=0;" target="xTcpp14yxPT-Zoyrnf4q-7">
          <mxGeometry relative="1" as="geometry" />
        </mxCell>
        <mxCell id="xTcpp14yxPT-Zoyrnf4q-11" edge="1" parent="1" source="xTcpp14yxPT-Zoyrnf4q-10" style="edgeStyle=orthogonalEdgeStyle;rounded=0;orthogonalLoop=1;jettySize=auto;html=1;exitX=1;exitY=0.5;exitDx=0;exitDy=0;entryX=0;entryY=0.154;entryDx=0;entryDy=0;entryPerimeter=0;" target="ztRqXh9QMSYz5HsI2ydq-124">
          <mxGeometry relative="1" as="geometry">
            <Array as="points">
              <mxPoint x="790" y="415" />
              <mxPoint x="790" y="160" />
            </Array>
          </mxGeometry>
        </mxCell>
        <mxCell id="xTcpp14yxPT-Zoyrnf4q-13" edge="1" parent="1" source="xTcpp14yxPT-Zoyrnf4q-12" style="edgeStyle=orthogonalEdgeStyle;rounded=0;orthogonalLoop=1;jettySize=auto;html=1;exitX=0.5;exitY=0;exitDx=0;exitDy=0;">
          <mxGeometry relative="1" as="geometry">
            <mxPoint x="524.5555555555554" y="540" as="targetPoint" />
          </mxGeometry>
        </mxCell>
        <mxCell id="xTcpp14yxPT-Zoyrnf4q-12" parent="1" style="text;html=1;whiteSpace=wrap;strokeColor=none;fillColor=none;align=center;verticalAlign=middle;rounded=0;" value="&lt;font style=&quot;font-size: 18px;&quot;&gt;tal vez debería usar el Patron de diseño builder&lt;/font&gt;" vertex="1">
          <mxGeometry height="30" width="110" x="470" y="640" as="geometry" />
+         </mxCell>
+         <mxCell id="Vt5UNrHpF1hKC14cS-L9-1" parent="1" style="swimlane;fontStyle=0;childLayout=stackLayout;horizontal=1;startSize=26;fillColor=none;horizontalStack=0;resizeParent=1;resizeParentMax=0;resizeLast=0;collapsible=1;marginBottom=0;whiteSpace=wrap;html=1;" value="Sacrificio" vertex="1">
+           <mxGeometry height="78" width="200" x="-60" y="560" as="geometry" />
+         </mxCell>
+         <mxCell id="Vt5UNrHpF1hKC14cS-L9-2" parent="Vt5UNrHpF1hKC14cS-L9-1" style="text;strokeColor=none;fillColor=none;align=left;verticalAlign=top;spacingLeft=4;spacingRight=4;overflow=hidden;rotatable=0;points=[[0,0.5],[1,0.5]];portConstraint=eastwest;whiteSpace=wrap;html=1;" value="IAtributo atributoDeCarta" vertex="1">
+           <mxGeometry height="26" width="200" y="26" as="geometry" />
+         </mxCell>
+         <mxCell id="Vt5UNrHpF1hKC14cS-L9-3" parent="Vt5UNrHpF1hKC14cS-L9-1" style="text;strokeColor=none;fillColor=none;align=left;verticalAlign=top;spacingLeft=4;spacingRight=4;overflow=hidden;rotatable=0;points=[[0,0.5],[1,0.5]];portConstraint=eastwest;whiteSpace=wrap;html=1;" value="String valorBuscado" vertex="1">
+           <mxGeometry height="26" width="200" y="52" as="geometry" />
+         </mxCell>
+         <mxCell id="Vt5UNrHpF1hKC14cS-L9-4" edge="1" parent="1" source="ztRqXh9QMSYz5HsI2ydq-82" style="edgeStyle=orthogonalEdgeStyle;rounded=0;orthogonalLoop=1;jettySize=auto;html=1;exitX=0;exitY=0.5;exitDx=0;exitDy=0;entryX=0.75;entryY=0;entryDx=0;entryDy=0;" target="Vt5UNrHpF1hKC14cS-L9-1">
+           <mxGeometry relative="1" as="geometry">
+             <Array as="points">
+               <mxPoint x="140" y="441" />
+               <mxPoint x="140" y="470" />
+               <mxPoint x="90" y="470" />
+             </Array>
+           </mxGeometry>
        </mxCell>
      </root>
    </mxGraphModel>
  </diagram>
</mxfile>
